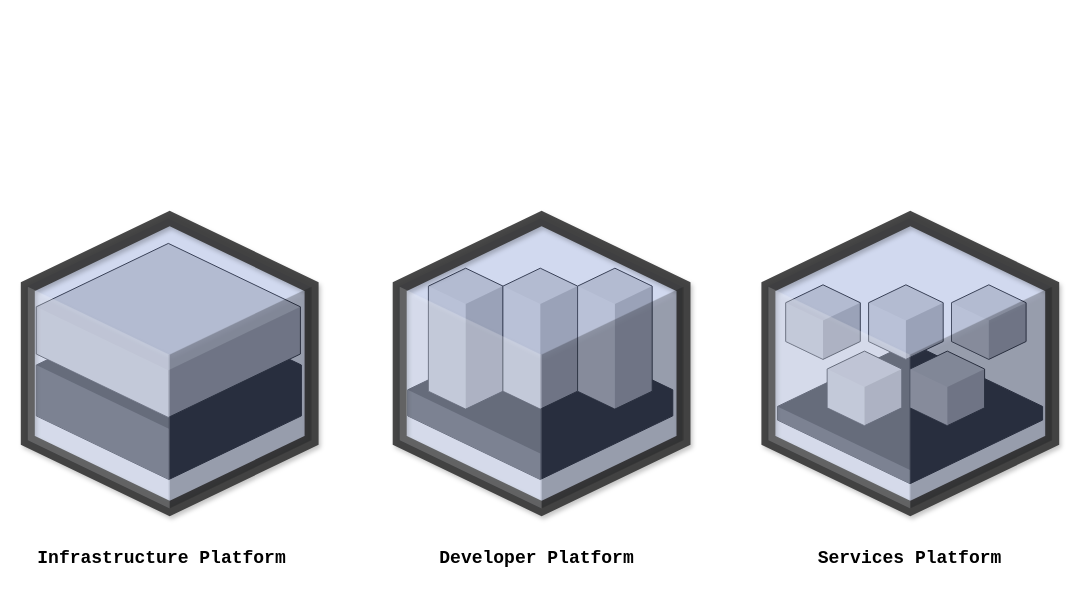
This is page "Platform Types" (2 of 4) of docs/background/CloudPlatformLayers.drawio from platformspec/site, a draw.io file, before an edit. Source tidied: cells renumbered, new cells numbered last; positions are measured from the earlier drawing's top-left corner, leaving out a move shared by most shapes. Both pictures are drawn from the tidied source at 100%, with x=0, y=0 at pixel (26, 218).
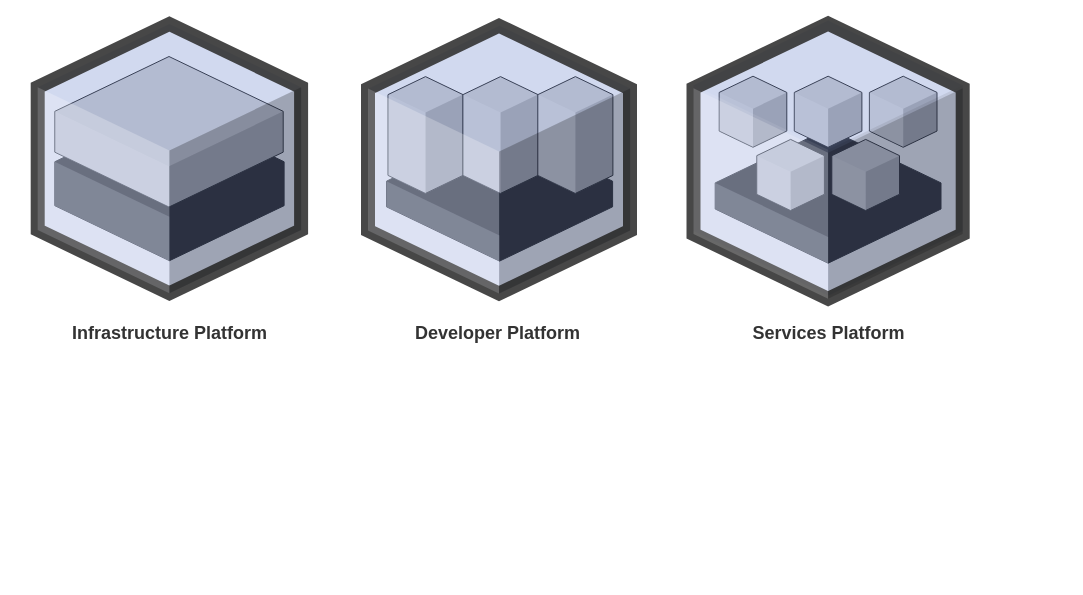
The same page after the edit.

Commit message (it also covers changes not shown here):
Platform Types infographic update

Change to the diagram source:
```diff
@@
-    <mxCell id="2" value="Services Platform" style="text;html=1;align=center;verticalAlign=middle;strokeColor=none;fillColor=none;fontFamily=Courier New;rotation=0;fontStyle=1;fontSize=18;arcSize=12;rounded=0;shadow=0;textShadow=0;" parent="1" vertex="1">
-      <mxGeometry x="778.2" y="320" width="210" height="40" as="geometry" />
-    </mxCell>
-    <mxCell id="3" value="Developer Platform" style="text;html=1;align=center;verticalAlign=middle;strokeColor=none;fillColor=none;fontFamily=Courier New;rotation=0;fontStyle=1;fontSize=18;arcSize=12;rounded=0;shadow=0;textShadow=0;" parent="1" vertex="1">
-      <mxGeometry x="399.6" y="320" width="220" height="40" as="geometry" />
-    </mxCell>
-    <mxCell id="4" value="Infrastructure Platform" style="text;html=1;align=center;verticalAlign=middle;strokeColor=none;fillColor=none;fontFamily=Courier New;rotation=0;fontStyle=1;fontSize=18;arcSize=12;rounded=0;shadow=0;textShadow=0;" parent="1" vertex="1">
-      <mxGeometry y="320" width="270" height="40" as="geometry" />
+    <mxCell id="4" value="&lt;font face=&quot;Helvetica&quot;&gt;Infrastructure Platform&lt;/font&gt;" style="text;html=1;align=center;verticalAlign=middle;strokeColor=none;fillColor=none;fontFamily=Courier New;rotation=0;fontStyle=1;fontSize=18;arcSize=12;rounded=0;shadow=0;textShadow=0;fontColor=#333333;" parent="1" vertex="1">
+      <mxGeometry x="42.5" y="96.1" width="200" height="40" as="geometry" />
     </mxCell>
-    <mxCell id="5" style="group;" parent="1" vertex="1">
-      <mxGeometry width="285.1" height="290" as="geometry" />
-    </mxCell>
-    <mxCell id="6" style="verticalLabelPosition=bottom;verticalAlign=top;html=1;shape=mxgraph.infographic.shadedCube;isoAngle=15;fillColor=#000000;strokeColor=default;" parent="5" vertex="1">
-      <mxGeometry x="9.8" y="82.9" width="265.1" height="178.1" as="geometry" />
+    <mxCell id="6" style="verticalLabelPosition=bottom;verticalAlign=top;html=1;shape=mxgraph.infographic.shadedCube;isoAngle=15;fillColor=#000000;strokeColor=default;shadow=0;" parent="1" vertex="1">
+      <mxGeometry x="28.3" y="-111.8" width="229.3" height="154" as="geometry" />
     </mxCell>
-    <mxCell id="7" style="verticalLabelPosition=bottom;verticalAlign=top;html=1;shape=mxgraph.infographic.shadedCube;isoAngle=15;fillColor=#CCCCCC;strokeColor=default;" parent="5" vertex="1">
-      <mxGeometry x="9.8" y="24.9" width="264.1" height="174" as="geometry" />
+    <mxCell id="7" style="verticalLabelPosition=bottom;verticalAlign=top;html=1;shape=mxgraph.infographic.shadedCube;isoAngle=15;fillColor=#CCCCCC;strokeColor=default;shadow=0;" parent="1" vertex="1">
+      <mxGeometry x="28.3" y="-162" width="228.4" height="150.5" as="geometry" />
     </mxCell>
-    <mxCell id="8" style="verticalLabelPosition=bottom;verticalAlign=top;html=1;shape=mxgraph.infographic.shadedCube;isoAngle=15;fillColor=#8CA1D8;strokeColor=none;fillOpacity=100;strokeWidth=5;perimeterSpacing=0;opacity=40;shadow=0;fillStyle=auto;gradientColor=none;" parent="5" vertex="1">
-      <mxGeometry width="283.8" height="290" as="geometry" />
-    </mxCell>
+    <mxCell id="24" style="verticalLabelPosition=bottom;verticalAlign=top;html=1;shape=mxgraph.infographic.shadedCube;isoAngle=15;fillColor=#8CA1D8;strokeColor=none;fillOpacity=100;strokeWidth=5;perimeterSpacing=0;opacity=40;shadow=0;gradientColor=none;" parent="1" vertex="1">
+      <mxGeometry x="11.2" y="-194.5" width="263.4" height="269.2" as="geometry" />
+    </mxCell>
-    <mxCell id="9" style="verticalLabelPosition=bottom;verticalAlign=top;html=1;shape=mxgraph.infographic.shadedCube;isoAngle=15;fillOpacity=100;strokeWidth=14;perimeterSpacing=0;opacity=90;shadow=1;fillStyle=auto;fillColor=none;strokeColor=#333333;" parent="5" vertex="1">
-      <mxGeometry x="1.3" width="283.8" height="290" as="geometry" />
+    <mxCell id="9" style="verticalLabelPosition=bottom;verticalAlign=top;html=1;shape=mxgraph.infographic.shadedCube;isoAngle=15;fillOpacity=100;strokeWidth=14;perimeterSpacing=0;opacity=90;shadow=0;fillStyle=auto;fillColor=none;strokeColor=#333333;" parent="1" vertex="1">
+      <mxGeometry x="11.2" y="-194.5" width="263.4" height="269.2" as="geometry" />
     </mxCell>
-    <mxCell id="10" style="group;" parent="1" vertex="1">
-      <mxGeometry x="371.9" width="285.1" height="290" as="geometry" />
-    </mxCell>
+    <mxCell id="3" value="&lt;font face=&quot;Helvetica&quot;&gt;Developer Platform&lt;/font&gt;" style="text;html=1;align=center;verticalAlign=middle;strokeColor=none;fillColor=none;fontFamily=Courier New;rotation=0;fontStyle=1;fontSize=18;arcSize=12;rounded=0;shadow=0;textShadow=0;fontColor=#333333;" parent="1" vertex="1">
+      <mxGeometry x="381.2" y="96.1" width="180" height="40" as="geometry" />
+    </mxCell>
+    <mxCell id="26" style="group;shadow=0;" parent="1" vertex="1">
+      <mxGeometry x="360" y="-141.9" width="244.1" height="221.5" as="geometry" />
+    </mxCell>
-    <mxCell id="11" style="verticalLabelPosition=bottom;verticalAlign=top;html=1;shape=mxgraph.infographic.shadedCube;isoAngle=15;fillColor=#000000;strokeColor=default;" parent="10" vertex="1">
-      <mxGeometry x="9.3" y="107.7" width="265.1" height="153.3" as="geometry" />
+    <mxCell id="11" style="verticalLabelPosition=bottom;verticalAlign=top;html=1;shape=mxgraph.infographic.shadedCube;isoAngle=15;fillColor=#000000;strokeColor=default;shadow=0;" parent="26" vertex="1">
+      <mxGeometry y="50.3" width="226.1" height="134.2" as="geometry" />
     </mxCell>
-    <mxCell id="12" style="verticalLabelPosition=bottom;verticalAlign=top;html=1;shape=mxgraph.infographic.shadedCube;isoAngle=15;fillColor=#CCCCCC;strokeColor=default;" parent="10" vertex="1">
-      <mxGeometry x="30" y="49.7" width="74.6" height="140.9" as="geometry" />
+    <mxCell id="12" style="verticalLabelPosition=bottom;verticalAlign=top;html=1;shape=mxgraph.infographic.shadedCube;isoAngle=15;fillColor=#CCCCCC;strokeColor=default;shadow=0;" parent="26" vertex="1">
+      <mxGeometry x="1.5" width="75" height="116.8" as="geometry" />
     </mxCell>
-    <mxCell id="13" style="verticalLabelPosition=bottom;verticalAlign=top;html=1;shape=mxgraph.infographic.shadedCube;isoAngle=15;fillColor=#CCCCCC;strokeColor=default;" parent="10" vertex="1">
-      <mxGeometry x="104.6" y="49.7" width="74.6" height="140.9" as="geometry" />
-    </mxCell>
-    <mxCell id="14" style="verticalLabelPosition=bottom;verticalAlign=top;html=1;shape=mxgraph.infographic.shadedCube;isoAngle=15;fillColor=#CCCCCC;strokeColor=default;" parent="10" vertex="1">
-      <mxGeometry x="179.2" y="49.7" width="74.6" height="140.9" as="geometry" />
-    </mxCell>
-    <mxCell id="15" style="verticalLabelPosition=bottom;verticalAlign=top;html=1;shape=mxgraph.infographic.shadedCube;isoAngle=15;fillColor=#8CA1D8;strokeColor=none;fillOpacity=100;strokeWidth=5;perimeterSpacing=0;opacity=40;shadow=0;gradientColor=none;" parent="10" vertex="1">
-      <mxGeometry width="283.8" height="290" as="geometry" />
-    </mxCell>
-    <mxCell id="16" style="verticalLabelPosition=bottom;verticalAlign=top;html=1;shape=mxgraph.infographic.shadedCube;isoAngle=15;fillOpacity=100;strokeWidth=14;perimeterSpacing=0;opacity=90;shadow=1;fillColor=none;strokeColor=#333333;" parent="10" vertex="1">
-      <mxGeometry x="1.3" width="283.8" height="290" as="geometry" />
-    </mxCell>
-    <mxCell id="17" style="group;" parent="1" vertex="1">
-      <mxGeometry x="740.6" width="285.1" height="290" as="geometry" />
-    </mxCell>
+    <mxCell id="27" style="verticalLabelPosition=bottom;verticalAlign=top;html=1;shape=mxgraph.infographic.shadedCube;isoAngle=15;fillColor=#CCCCCC;strokeColor=default;shadow=0;" parent="26" vertex="1">
+      <mxGeometry x="76.5" width="75" height="116.8" as="geometry" />
+    </mxCell>
+    <mxCell id="28" style="verticalLabelPosition=bottom;verticalAlign=top;html=1;shape=mxgraph.infographic.shadedCube;isoAngle=15;fillColor=#CCCCCC;strokeColor=default;shadow=0;" parent="26" vertex="1">
+      <mxGeometry x="151.4" width="75" height="116.8" as="geometry" />
+    </mxCell>
+    <mxCell id="29" style="verticalLabelPosition=bottom;verticalAlign=top;html=1;shape=mxgraph.infographic.shadedCube;isoAngle=15;fillColor=#8CA1D8;strokeColor=none;fillOpacity=100;strokeWidth=5;perimeterSpacing=0;opacity=40;shadow=0;gradientColor=none;" parent="26" vertex="1">
+      <mxGeometry x="-18" y="-50.9" width="262" height="267.8" as="geometry" />
+    </mxCell>
+    <mxCell id="30" style="verticalLabelPosition=bottom;verticalAlign=top;html=1;shape=mxgraph.infographic.shadedCube;isoAngle=15;fillOpacity=100;strokeWidth=14;perimeterSpacing=0;opacity=90;shadow=0;fillStyle=auto;fillColor=none;strokeColor=#333333;" parent="26" vertex="1">
+      <mxGeometry x="-18.5" y="-50.9" width="262" height="267.8" as="geometry" />
+    </mxCell>
+    <mxCell id="2" value="&lt;font face=&quot;Helvetica&quot;&gt;Services Platform&lt;/font&gt;" style="text;html=1;align=center;verticalAlign=middle;strokeColor=none;fillColor=none;fontFamily=Courier New;rotation=0;fontStyle=1;fontSize=18;arcSize=12;rounded=0;shadow=0;textShadow=0;fontColor=#333333;" parent="1" vertex="1">
+      <mxGeometry x="721.6" y="96.1" width="160" height="40" as="geometry" />
+    </mxCell>
+    <mxCell id="31" style="group;" parent="1" vertex="1">
+      <mxGeometry x="667" y="-197.9" width="269.2" height="278" as="geometry" />
+    </mxCell>
-    <mxCell id="18" style="verticalLabelPosition=bottom;verticalAlign=top;html=1;shape=mxgraph.infographic.shadedCube;isoAngle=15;fillColor=#000000;strokeColor=default;" parent="17" vertex="1">
-      <mxGeometry x="10.4" y="124.3" width="265.1" height="140.9" as="geometry" />
+    <mxCell id="18" style="verticalLabelPosition=bottom;verticalAlign=top;html=1;shape=mxgraph.infographic.shadedCube;isoAngle=15;fillColor=#000000;strokeColor=default;shadow=0;" parent="31" vertex="1">
+      <mxGeometry x="21.7" y="108.1" width="225.8" height="134.5" as="geometry" />
     </mxCell>
-    <mxCell id="19" style="verticalLabelPosition=bottom;verticalAlign=top;html=1;shape=mxgraph.infographic.shadedCube;isoAngle=15;fillColor=#CCCCCC;strokeColor=default;" parent="17" vertex="1">
-      <mxGeometry x="18.6" y="66.3" width="74.6" height="74.6" as="geometry" />
+    <mxCell id="19" style="verticalLabelPosition=bottom;verticalAlign=top;html=1;shape=mxgraph.infographic.shadedCube;isoAngle=15;fillColor=#CCCCCC;strokeColor=default;shadow=0;" parent="31" vertex="1">
+      <mxGeometry x="25.7" y="55.6" width="67.6" height="71.1" as="geometry" />
     </mxCell>
-    <mxCell id="20" style="verticalLabelPosition=bottom;verticalAlign=top;html=1;shape=mxgraph.infographic.shadedCube;isoAngle=15;fillColor=#CCCCCC;strokeColor=default;" parent="17" vertex="1">
-      <mxGeometry x="101.5" y="66.3" width="74.6" height="74.6" as="geometry" />
+    <mxCell id="20" style="verticalLabelPosition=bottom;verticalAlign=top;html=1;shape=mxgraph.infographic.shadedCube;isoAngle=15;fillColor=#CCCCCC;strokeColor=default;shadow=0;" parent="31" vertex="1">
+      <mxGeometry x="100.8" y="55.6" width="67.6" height="71.1" as="geometry" />
     </mxCell>
-    <mxCell id="21" style="verticalLabelPosition=bottom;verticalAlign=top;html=1;shape=mxgraph.infographic.shadedCube;isoAngle=15;fillColor=#CCCCCC;strokeColor=default;" parent="17" vertex="1">
-      <mxGeometry x="60.1" y="132.6" width="74.6" height="74.6" as="geometry" />
+    <mxCell id="21" style="verticalLabelPosition=bottom;verticalAlign=top;html=1;shape=mxgraph.infographic.shadedCube;isoAngle=15;fillColor=#CCCCCC;strokeColor=default;shadow=0;" parent="31" vertex="1">
+      <mxGeometry x="63.3" y="118.8" width="67.6" height="71.1" as="geometry" />
     </mxCell>
-    <mxCell id="22" style="verticalLabelPosition=bottom;verticalAlign=top;html=1;shape=mxgraph.infographic.shadedCube;isoAngle=15;fillColor=#CCCCCC;strokeColor=default;" parent="17" vertex="1">
-      <mxGeometry x="184.4" y="66.3" width="74.6" height="74.6" as="geometry" />
+    <mxCell id="22" style="verticalLabelPosition=bottom;verticalAlign=top;html=1;shape=mxgraph.infographic.shadedCube;isoAngle=15;fillColor=#CCCCCC;strokeColor=default;shadow=0;" parent="31" vertex="1">
+      <mxGeometry x="175.9" y="55.6" width="67.6" height="71.1" as="geometry" />
     </mxCell>
-    <mxCell id="23" style="verticalLabelPosition=bottom;verticalAlign=top;html=1;shape=mxgraph.infographic.shadedCube;isoAngle=15;fillColor=#CCCCCC;strokeColor=default;" parent="17" vertex="1">
-      <mxGeometry x="142.9" y="132.6" width="74.6" height="74.6" as="geometry" />
+    <mxCell id="23" style="verticalLabelPosition=bottom;verticalAlign=top;html=1;shape=mxgraph.infographic.shadedCube;isoAngle=15;fillColor=#CCCCCC;strokeColor=default;shadow=0;" parent="31" vertex="1">
+      <mxGeometry x="138.4" y="118.8" width="67.6" height="71.1" as="geometry" />
     </mxCell>
-    <mxCell id="24" style="verticalLabelPosition=bottom;verticalAlign=top;html=1;shape=mxgraph.infographic.shadedCube;isoAngle=15;fillColor=#8CA1D8;strokeColor=none;fillOpacity=100;strokeWidth=5;perimeterSpacing=0;opacity=40;shadow=0;gradientColor=none;" parent="17" vertex="1">
-      <mxGeometry width="283.8" height="290" as="geometry" />
-    </mxCell>
-    <mxCell id="25" style="verticalLabelPosition=bottom;verticalAlign=top;html=1;shape=mxgraph.infographic.shadedCube;isoAngle=15;fillOpacity=100;strokeWidth=14;perimeterSpacing=0;opacity=90;shadow=1;fillColor=none;strokeColor=#333333;" parent="17" vertex="1">
-      <mxGeometry x="1.3" width="283.8" height="290" as="geometry" />
-    </mxCell>
+    <mxCell id="32" style="verticalLabelPosition=bottom;verticalAlign=top;html=1;shape=mxgraph.infographic.shadedCube;isoAngle=15;fillColor=#8CA1D8;strokeColor=none;fillOpacity=100;strokeWidth=5;perimeterSpacing=0;opacity=40;shadow=0;gradientColor=none;" parent="31" vertex="1">
+      <mxGeometry width="269.2" height="275.1" as="geometry" />
+    </mxCell>
+    <mxCell id="33" style="verticalLabelPosition=bottom;verticalAlign=top;html=1;shape=mxgraph.infographic.shadedCube;isoAngle=15;fillOpacity=100;strokeWidth=14;perimeterSpacing=0;opacity=90;shadow=0;fillStyle=auto;fillColor=none;strokeColor=#333333;" parent="31" vertex="1">
+      <mxGeometry y="3" width="269.2" height="275.1" as="geometry" />
+    </mxCell>
```
